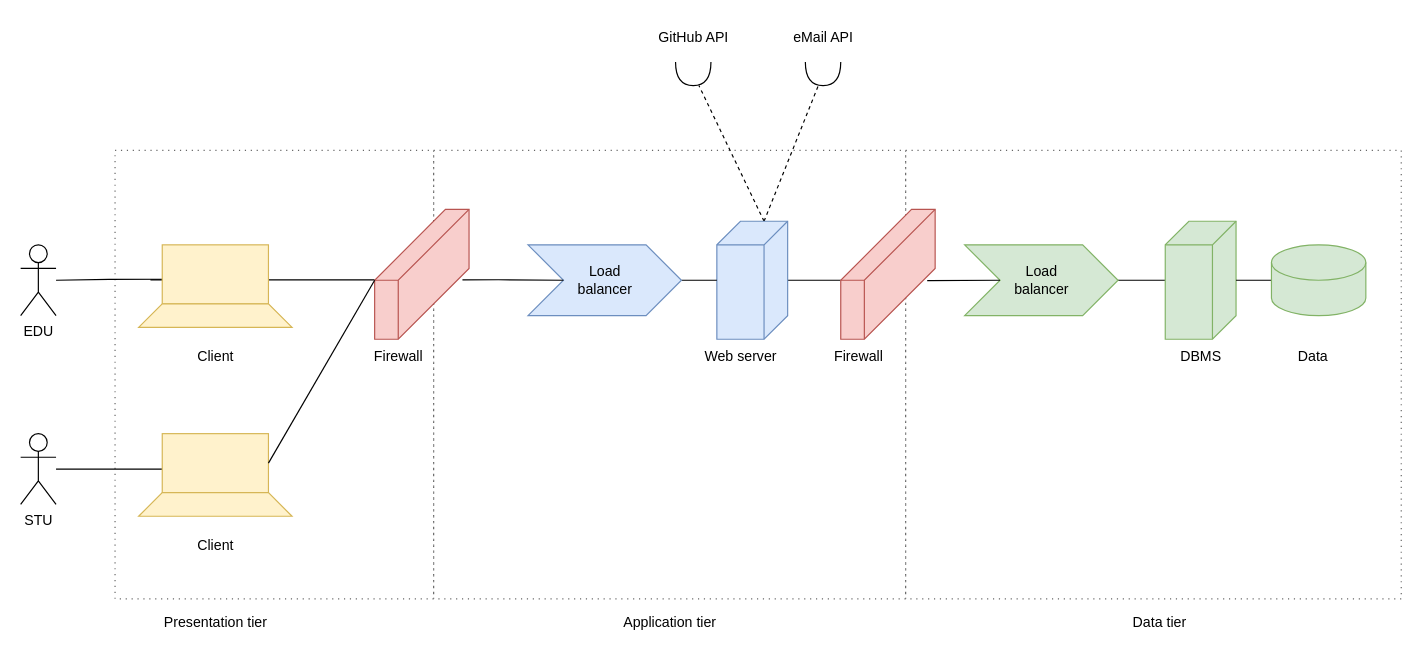
Earlier version of the draw.io diagram page "High level components" (1 of 4) of DD/images/diagrams/chapter2.drawio (pontig/sw-eng-2-PasiniPontiggiaStasi). Source tidied: cells renumbered, new cells numbered last; positions are measured from the earlier drawing's top-left corner, leaving out a move shared by most shapes. Both pictures are drawn from the tidied source at 118%, with x=0, y=0 at pixel (20, 20).
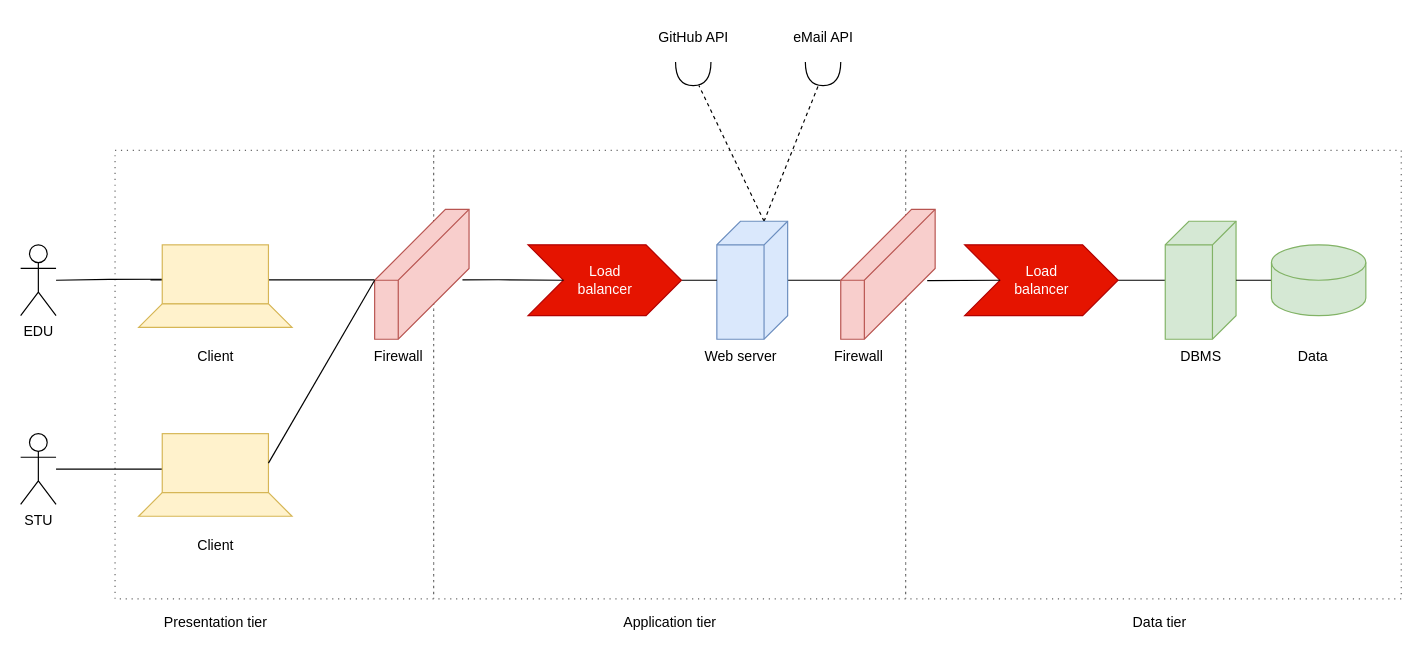
Above is the later version.

The edit, as a diff of the source:
```diff
@@
-    <mxCell id="11" value="Load&lt;br&gt;balancer" style="html=1;shadow=0;dashed=0;align=center;verticalAlign=middle;shape=mxgraph.arrows2.arrow;dy=0;dx=30;notch=30;fillColor=#dae8fc;strokeColor=#6c8ebf;" parent="1" vertex="1">
+    <mxCell id="11" value="Load&lt;br&gt;balancer" style="html=1;shadow=0;dashed=0;align=center;verticalAlign=middle;shape=mxgraph.arrows2.arrow;dy=0;dx=30;notch=30;fillColor=#e51400;strokeColor=#B20000;fontColor=#ffffff;" parent="1" vertex="1">
       <mxGeometry x="430" y="190" width="130" height="60" as="geometry" />
     </mxCell>
@@
-    <mxCell id="23" value="Load&lt;br&gt;balancer" style="html=1;shadow=0;dashed=0;align=center;verticalAlign=middle;shape=mxgraph.arrows2.arrow;dy=0;dx=30;notch=30;fillColor=#d5e8d4;strokeColor=#82b366;" parent="1" vertex="1">
+    <mxCell id="23" value="Load&lt;br&gt;balancer" style="html=1;shadow=0;dashed=0;align=center;verticalAlign=middle;shape=mxgraph.arrows2.arrow;dy=0;dx=30;notch=30;fillColor=#e51400;strokeColor=#B20000;fontColor=#ffffff;" parent="1" vertex="1">
       <mxGeometry x="800" y="190" width="130" height="60" as="geometry" />
     </mxCell>
```
